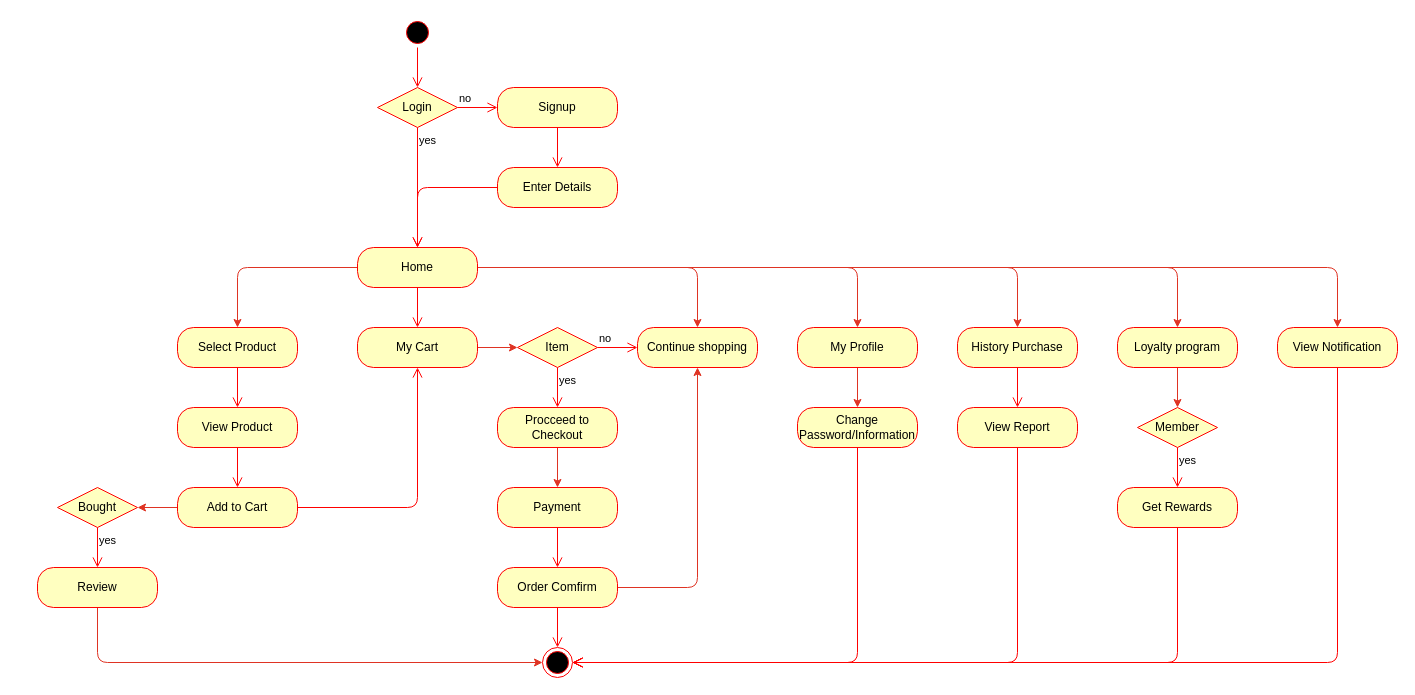
tnowad/bookstore-management-application keeps this draw.io diagram as diagrams/Activity_Customer.drawio. Above is the earlier version. Source tidied: cells renumbered, new cells numbered last; positions are measured from the earlier drawing's top-left corner, leaving out a move shared by most shapes. Both pictures are drawn from the tidied source at 100%, with x=0, y=0 at pixel (37, 17).
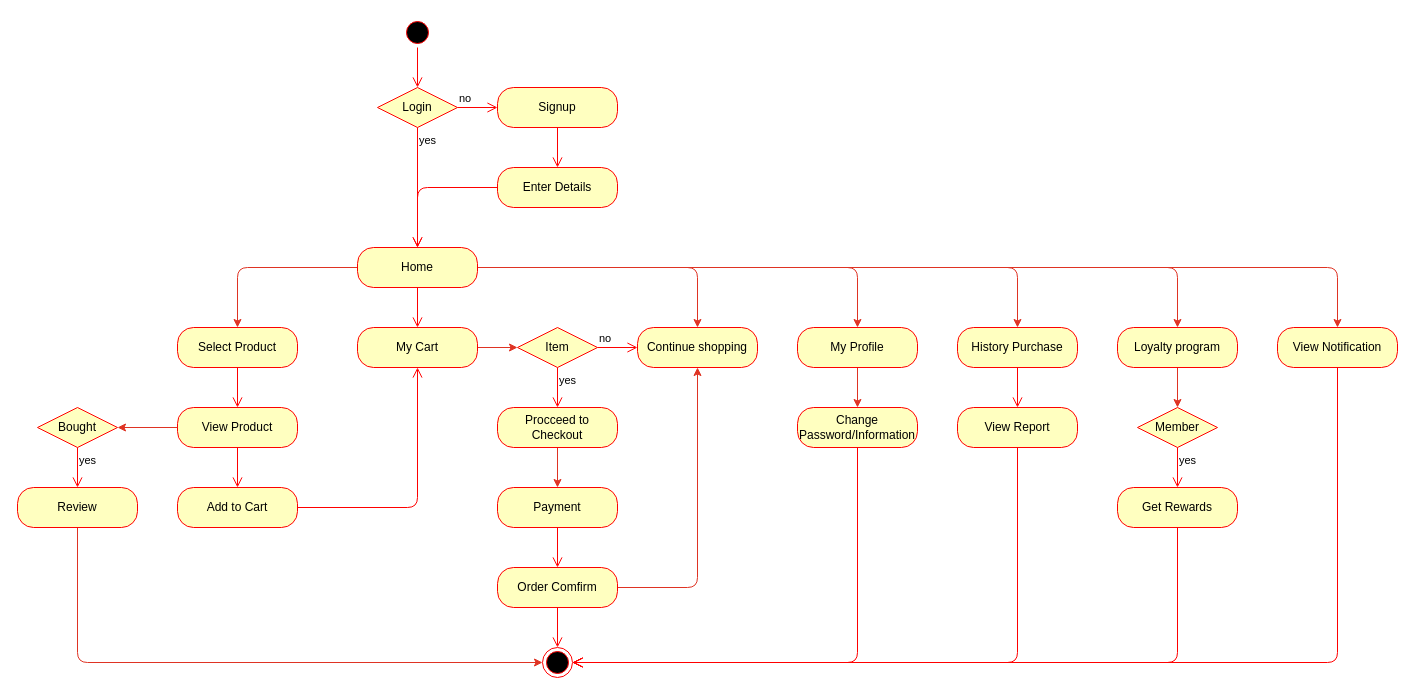
The same page after the edit.

Unchanged cells that the change refers to:
```xml
<mxCell id="29" value="View Product" style="rounded=1;whiteSpace=wrap;html=1;arcSize=40;fontColor=#000000;fillColor=#ffffc0;strokeColor=#ff0000;" parent="1" vertex="1">
  <mxGeometry x="140" y="390" width="120" height="40" as="geometry" />
</mxCell>
<mxCell id="32" value="Add to Cart" style="rounded=1;whiteSpace=wrap;html=1;arcSize=40;fontColor=#000000;fillColor=#ffffc0;strokeColor=#ff0000;" parent="1" vertex="1">
  <mxGeometry x="140" y="470" width="120" height="40" as="geometry" />
</mxCell>
<mxCell id="45" style="ellipse;html=1;shape=endState;fillColor=#000000;strokeColor=#ff0000;" parent="1" vertex="1">
  <mxGeometry x="505" y="630" width="30" height="30" as="geometry" />
</mxCell>
```

What changed in the source:
```diff
@@
-    <mxCell id="31" style="edgeStyle=none;html=1;exitX=0;exitY=0.5;exitDx=0;exitDy=0;entryX=1;entryY=0.5;entryDx=0;entryDy=0;strokeColor=#df3323;" parent="1" edge="1" source="32" target="56">
+    <mxCell id="31" style="edgeStyle=none;html=1;exitX=0;exitY=0.5;exitDx=0;exitDy=0;entryX=1;entryY=0.5;entryDx=0;entryDy=0;strokeColor=#df3323;" parent="1" edge="1" source="29" target="56">
       <mxGeometry relative="1" as="geometry" />
     </mxCell>
@@
     <mxCell id="56" value="Bought" style="rhombus;whiteSpace=wrap;html=1;fillColor=#ffffc0;strokeColor=#ff0000;" parent="1" vertex="1">
-      <mxGeometry x="20" y="470" width="80" height="40" as="geometry" />
+      <mxGeometry y="390" width="80" height="40" as="geometry" />
     </mxCell>
@@
     <mxCell id="58" style="edgeStyle=none;html=1;entryX=0;entryY=0.5;entryDx=0;entryDy=0;strokeColor=#df3323;" parent="1" edge="1" source="59" target="45">
       <mxGeometry relative="1" as="geometry">
         <Array as="points">
-          <mxPoint x="60" y="645" />
+          <mxPoint x="40" y="645" />
         </Array>
       </mxGeometry>
     </mxCell>
     <mxCell id="59" value="Review" style="rounded=1;whiteSpace=wrap;html=1;arcSize=40;fontColor=#000000;fillColor=#ffffc0;strokeColor=#ff0000;" parent="1" vertex="1">
-      <mxGeometry y="550" width="120" height="40" as="geometry" />
+      <mxGeometry x="-20" y="470" width="120" height="40" as="geometry" />
     </mxCell>
```
